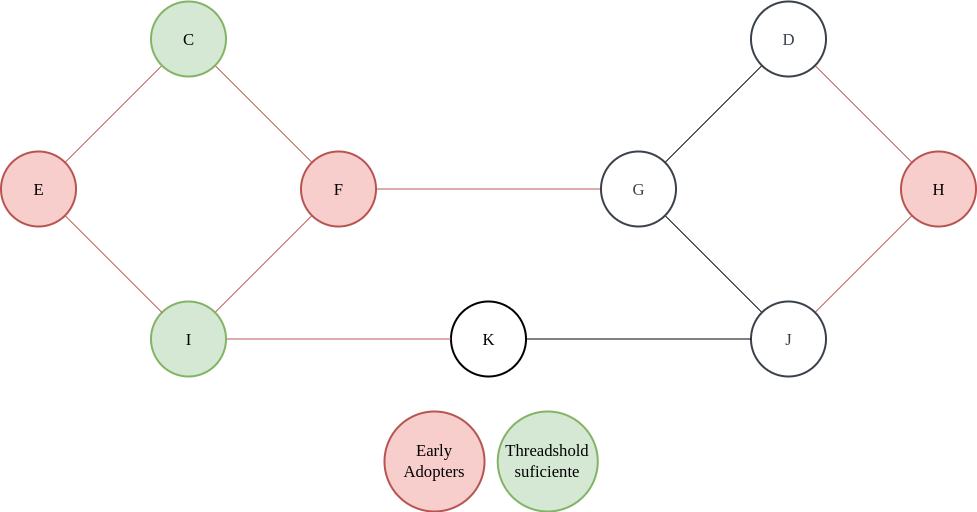
amveiga/75.30-teoria_de_algoritmos_ii keeps this draw.io diagram as parcialito_3/media/3-b3.png. Above is the earlier version. Source tidied: cells renumbered, new cells last; positions are measured from the earlier drawing's top-left corner, leaving out a move shared by most shapes. The source it was exported from:
```xml
<mxGraphModel>
  <root>
    <mxCell id="0" />
    <mxCell id="1" parent="0" />
    <mxCell id="2" style="edgeStyle=none;rounded=0;jettySize=auto;html=1;exitX=0;exitY=0;exitDx=0;exitDy=0;entryX=1;entryY=1;entryDx=0;entryDy=0;startArrow=none;startFill=0;endArrow=none;endFill=0;fillColor=#f8cecc;strokeColor=#b85450;" parent="1" edge="1" source="3" target="21">
      <mxGeometry relative="1" as="geometry" />
    </mxCell>
    <mxCell id="3" value="F" style="html=1;overflow=block;blockSpacing=1;whiteSpace=wrap;ellipse;fontSize=16.7;fontFamily=Droid Serif;spacing=3.8;strokeColor=#b85450;strokeOpacity=100;rounded=1;absoluteArcSize=1;arcSize=9;strokeWidth=2;fillColor=#f8cecc;" parent="1" vertex="1">
      <mxGeometry x="300.5" y="150" width="75" height="75" as="geometry" />
    </mxCell>
    <mxCell id="4" style="rounded=0;jettySize=auto;html=1;exitX=1;exitY=0;exitDx=0;exitDy=0;entryX=0;entryY=1;entryDx=0;entryDy=0;startArrow=none;startFill=0;endArrow=none;endFill=0;" parent="1" edge="1" source="7" target="9">
      <mxGeometry relative="1" as="geometry" />
    </mxCell>
    <mxCell id="5" style="edgeStyle=none;rounded=0;jettySize=auto;html=1;exitX=1;exitY=1;exitDx=0;exitDy=0;startArrow=none;startFill=0;endArrow=none;endFill=0;" parent="1" edge="1" source="7" target="12">
      <mxGeometry relative="1" as="geometry" />
    </mxCell>
    <mxCell id="6" style="edgeStyle=orthogonalEdgeStyle;rounded=0;jettySize=auto;html=1;exitX=0;exitY=0.5;exitDx=0;exitDy=0;entryX=1;entryY=0.5;entryDx=0;entryDy=0;strokeColor=#b85450;endArrow=none;endFill=0;fillColor=#f8cecc;" parent="1" edge="1" source="7" target="3">
      <mxGeometry relative="1" as="geometry" />
    </mxCell>
    <mxCell id="7" value="G" style="html=1;overflow=block;blockSpacing=1;whiteSpace=wrap;ellipse;fontSize=16.7;fontFamily=Droid Serif;fontColor=#3a414a;spacing=3.8;strokeColor=#3a414a;strokeOpacity=100;rounded=1;absoluteArcSize=1;arcSize=9;strokeWidth=2;" parent="1" vertex="1">
      <mxGeometry x="600.5" y="150" width="75" height="75" as="geometry" />
    </mxCell>
    <mxCell id="8" style="edgeStyle=none;rounded=0;jettySize=auto;html=1;exitX=1;exitY=1;exitDx=0;exitDy=0;entryX=0;entryY=0;entryDx=0;entryDy=0;endArrow=none;endFill=0;fillColor=#f8cecc;strokeColor=#b85450;" parent="1" edge="1" source="9" target="11">
      <mxGeometry relative="1" as="geometry" />
    </mxCell>
    <mxCell id="9" value="D" style="html=1;overflow=block;blockSpacing=1;whiteSpace=wrap;ellipse;fontSize=16.7;fontFamily=Droid Serif;fontColor=#3a414a;spacing=3.8;strokeColor=#3a414a;strokeOpacity=100;rounded=1;absoluteArcSize=1;arcSize=9;strokeWidth=2;" parent="1" vertex="1">
      <mxGeometry x="750.5" width="75" height="75" as="geometry" />
    </mxCell>
    <mxCell id="10" style="edgeStyle=none;rounded=0;jettySize=auto;html=1;exitX=0;exitY=1;exitDx=0;exitDy=0;entryX=1;entryY=0;entryDx=0;entryDy=0;startArrow=none;startFill=0;endArrow=none;endFill=0;fillColor=#f8cecc;strokeColor=#b85450;" parent="1" edge="1" source="11" target="12">
      <mxGeometry relative="1" as="geometry" />
    </mxCell>
    <mxCell id="11" value="H" style="html=1;overflow=block;blockSpacing=1;whiteSpace=wrap;ellipse;fontSize=16.7;fontFamily=Droid Serif;spacing=3.8;strokeColor=#b85450;strokeOpacity=100;rounded=1;absoluteArcSize=1;arcSize=9;strokeWidth=2;fillColor=#f8cecc;" parent="1" vertex="1">
      <mxGeometry x="900.5" y="150" width="75" height="75" as="geometry" />
    </mxCell>
    <mxCell id="12" value="J" style="html=1;overflow=block;blockSpacing=1;whiteSpace=wrap;ellipse;fontSize=16.7;fontFamily=Droid Serif;fontColor=#3a414a;spacing=3.8;strokeColor=#3a414a;strokeOpacity=100;rounded=1;absoluteArcSize=1;arcSize=9;strokeWidth=2;" parent="1" vertex="1">
      <mxGeometry x="750.5" y="300" width="75" height="75" as="geometry" />
    </mxCell>
    <mxCell id="13" style="edgeStyle=none;rounded=0;jettySize=auto;html=1;exitX=1;exitY=0.5;exitDx=0;exitDy=0;entryX=0;entryY=0.5;entryDx=0;entryDy=0;startArrow=none;startFill=0;endArrow=none;endFill=0;" parent="1" edge="1" source="14" target="12">
      <mxGeometry relative="1" as="geometry" />
    </mxCell>
    <mxCell id="14" value="K" style="html=1;overflow=block;blockSpacing=1;whiteSpace=wrap;ellipse;fontSize=16.7;fontFamily=Droid Serif;spacing=3.8;strokeOpacity=100;rounded=1;absoluteArcSize=1;arcSize=9;strokeWidth=2;" parent="1" vertex="1">
      <mxGeometry x="450.5" y="300" width="75" height="75" as="geometry" />
    </mxCell>
    <mxCell id="15" style="edgeStyle=none;rounded=0;jettySize=auto;html=1;exitX=1;exitY=0;exitDx=0;exitDy=0;startArrow=none;startFill=0;endArrow=none;endFill=0;fillColor=#f8cecc;strokeColor=#b85450;" parent="1" edge="1" source="17" target="3">
      <mxGeometry relative="1" as="geometry" />
    </mxCell>
    <mxCell id="16" style="edgeStyle=none;rounded=0;jettySize=auto;html=1;exitX=1;exitY=0.5;exitDx=0;exitDy=0;entryX=0;entryY=0.5;entryDx=0;entryDy=0;startArrow=none;startFill=0;endArrow=none;endFill=0;fillColor=#f8cecc;strokeColor=#b85450;" parent="1" edge="1" source="17" target="14">
      <mxGeometry relative="1" as="geometry" />
    </mxCell>
    <mxCell id="17" value="I" style="html=1;overflow=block;blockSpacing=1;whiteSpace=wrap;ellipse;fontSize=16.7;fontFamily=Droid Serif;spacing=3.8;strokeColor=#82b366;strokeOpacity=100;rounded=1;absoluteArcSize=1;arcSize=9;strokeWidth=2;fillColor=#d5e8d4;" parent="1" vertex="1">
      <mxGeometry x="150.5" y="300" width="75" height="75" as="geometry" />
    </mxCell>
    <mxCell id="18" style="edgeStyle=none;rounded=0;jettySize=auto;html=1;exitX=1;exitY=1;exitDx=0;exitDy=0;startArrow=none;startFill=0;endArrow=none;endFill=0;fillColor=#f8cecc;strokeColor=#b85450;" parent="1" edge="1" source="19" target="17">
      <mxGeometry relative="1" as="geometry" />
    </mxCell>
    <mxCell id="19" value="E" style="html=1;overflow=block;blockSpacing=1;whiteSpace=wrap;ellipse;fontSize=16.7;fontFamily=Droid Serif;spacing=3.8;strokeColor=#b85450;strokeOpacity=100;rounded=1;absoluteArcSize=1;arcSize=9;strokeWidth=2;fillColor=#f8cecc;" parent="1" vertex="1">
      <mxGeometry x="0.5" y="150" width="75" height="75" as="geometry" />
    </mxCell>
    <mxCell id="20" style="edgeStyle=none;rounded=0;jettySize=auto;html=1;exitX=0;exitY=1;exitDx=0;exitDy=0;startArrow=none;startFill=0;endArrow=none;endFill=0;fillColor=#f8cecc;strokeColor=#b85450;" parent="1" edge="1" source="21" target="19">
      <mxGeometry relative="1" as="geometry" />
    </mxCell>
    <mxCell id="21" value="C" style="html=1;overflow=block;blockSpacing=1;whiteSpace=wrap;ellipse;fontSize=16.7;fontFamily=Droid Serif;spacing=3.8;strokeColor=#82b366;strokeOpacity=100;rounded=1;absoluteArcSize=1;arcSize=9;strokeWidth=2;fillColor=#d5e8d4;" parent="1" vertex="1">
      <mxGeometry x="150.5" width="75" height="75" as="geometry" />
    </mxCell>
    <mxCell id="22" value="Early Adopters" style="html=1;overflow=block;blockSpacing=1;whiteSpace=wrap;ellipse;fontSize=16.7;fontFamily=Droid Serif;spacing=3.8;strokeColor=#b85450;strokeOpacity=100;rounded=1;absoluteArcSize=1;arcSize=9;strokeWidth=2;fillColor=#f8cecc;" parent="1" vertex="1">
      <mxGeometry x="384" y="410" width="100" height="100" as="geometry" />
    </mxCell>
    <mxCell id="23" value="&lt;div style=&quot;&quot;&gt;&lt;span style=&quot;background-color: initial;&quot;&gt;Threadshold suficiente&lt;/span&gt;&lt;/div&gt;" style="html=1;overflow=block;blockSpacing=1;whiteSpace=wrap;ellipse;fontSize=16.7;fontFamily=Droid Serif;spacing=3.8;strokeColor=#82b366;strokeOpacity=100;rounded=1;absoluteArcSize=1;arcSize=9;strokeWidth=2;fillColor=#d5e8d4;align=center;" parent="1" vertex="1">
      <mxGeometry x="497.2" y="410" width="100" height="100" as="geometry" />
    </mxCell>
  </root>
</mxGraphModel>
```
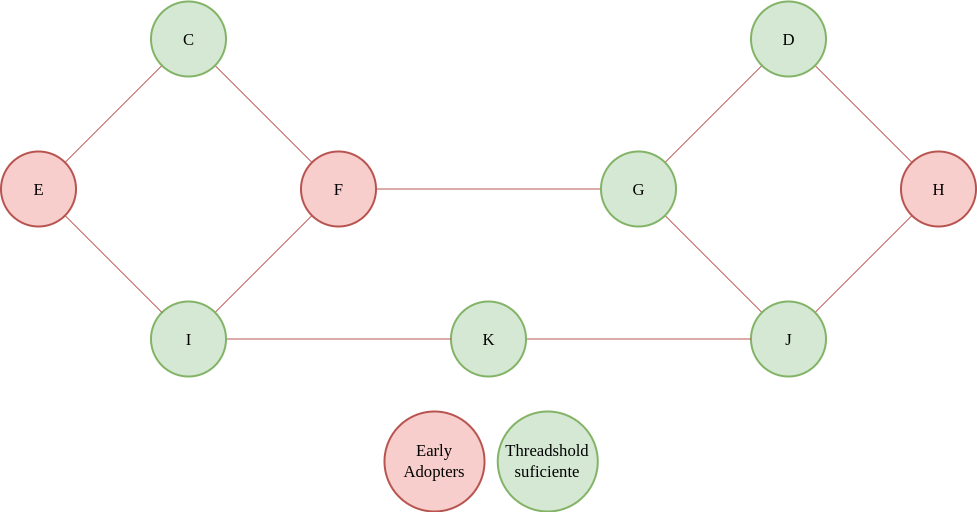
The same file after the commit.

Diff of the diagram source:
```diff
@@ -8,37 +8,37 @@
     <mxCell id="3" value="F" style="html=1;overflow=block;blockSpacing=1;whiteSpace=wrap;ellipse;fontSize=16.7;fontFamily=Droid Serif;spacing=3.8;strokeColor=#b85450;strokeOpacity=100;rounded=1;absoluteArcSize=1;arcSize=9;strokeWidth=2;fillColor=#f8cecc;" parent="1" vertex="1">
       <mxGeometry x="300.5" y="150" width="75" height="75" as="geometry" />
     </mxCell>
-    <mxCell id="4" style="rounded=0;jettySize=auto;html=1;exitX=1;exitY=0;exitDx=0;exitDy=0;entryX=0;entryY=1;entryDx=0;entryDy=0;startArrow=none;startFill=0;endArrow=none;endFill=0;" parent="1" edge="1" source="7" target="9">
+    <mxCell id="4" style="rounded=0;jettySize=auto;html=1;exitX=1;exitY=0;exitDx=0;exitDy=0;entryX=0;entryY=1;entryDx=0;entryDy=0;startArrow=none;startFill=0;endArrow=none;endFill=0;fillColor=#f8cecc;strokeColor=#b85450;" parent="1" edge="1" source="7" target="9">
       <mxGeometry relative="1" as="geometry" />
     </mxCell>
-    <mxCell id="5" style="edgeStyle=none;rounded=0;jettySize=auto;html=1;exitX=1;exitY=1;exitDx=0;exitDy=0;startArrow=none;startFill=0;endArrow=none;endFill=0;" parent="1" edge="1" source="7" target="12">
+    <mxCell id="5" style="edgeStyle=none;rounded=0;jettySize=auto;html=1;exitX=1;exitY=1;exitDx=0;exitDy=0;startArrow=none;startFill=0;endArrow=none;endFill=0;fillColor=#f8cecc;strokeColor=#b85450;" parent="1" edge="1" source="7" target="12">
       <mxGeometry relative="1" as="geometry" />
     </mxCell>
-    <mxCell id="6" style="edgeStyle=orthogonalEdgeStyle;rounded=0;jettySize=auto;html=1;exitX=0;exitY=0.5;exitDx=0;exitDy=0;entryX=1;entryY=0.5;entryDx=0;entryDy=0;strokeColor=#b85450;endArrow=none;endFill=0;fillColor=#f8cecc;" parent="1" edge="1" source="7" target="3">
+    <mxCell id="6" style="edgeStyle=orthogonalEdgeStyle;rounded=0;jettySize=auto;html=1;exitX=0;exitY=0.5;exitDx=0;exitDy=0;entryX=1;entryY=0.5;entryDx=0;entryDy=0;endArrow=none;endFill=0;fillColor=#f8cecc;strokeColor=#b85450;" parent="1" edge="1" source="7" target="3">
       <mxGeometry relative="1" as="geometry" />
     </mxCell>
-    <mxCell id="7" value="G" style="html=1;overflow=block;blockSpacing=1;whiteSpace=wrap;ellipse;fontSize=16.7;fontFamily=Droid Serif;fontColor=#3a414a;spacing=3.8;strokeColor=#3a414a;strokeOpacity=100;rounded=1;absoluteArcSize=1;arcSize=9;strokeWidth=2;" parent="1" vertex="1">
+    <mxCell id="7" value="G" style="html=1;overflow=block;blockSpacing=1;whiteSpace=wrap;ellipse;fontSize=16.7;fontFamily=Droid Serif;spacing=3.8;strokeOpacity=100;rounded=1;absoluteArcSize=1;arcSize=9;strokeWidth=2;fillColor=#d5e8d4;strokeColor=#82b366;" parent="1" vertex="1">
       <mxGeometry x="600.5" y="150" width="75" height="75" as="geometry" />
     </mxCell>
     <mxCell id="8" style="edgeStyle=none;rounded=0;jettySize=auto;html=1;exitX=1;exitY=1;exitDx=0;exitDy=0;entryX=0;entryY=0;entryDx=0;entryDy=0;endArrow=none;endFill=0;fillColor=#f8cecc;strokeColor=#b85450;" parent="1" edge="1" source="9" target="11">
       <mxGeometry relative="1" as="geometry" />
     </mxCell>
-    <mxCell id="9" value="D" style="html=1;overflow=block;blockSpacing=1;whiteSpace=wrap;ellipse;fontSize=16.7;fontFamily=Droid Serif;fontColor=#3a414a;spacing=3.8;strokeColor=#3a414a;strokeOpacity=100;rounded=1;absoluteArcSize=1;arcSize=9;strokeWidth=2;" parent="1" vertex="1">
+    <mxCell id="9" value="D" style="html=1;overflow=block;blockSpacing=1;whiteSpace=wrap;ellipse;fontSize=16.7;fontFamily=Droid Serif;spacing=3.8;strokeOpacity=100;rounded=1;absoluteArcSize=1;arcSize=9;strokeWidth=2;fillColor=#d5e8d4;strokeColor=#82b366;" parent="1" vertex="1">
       <mxGeometry x="750.5" width="75" height="75" as="geometry" />
     </mxCell>
     <mxCell id="10" style="edgeStyle=none;rounded=0;jettySize=auto;html=1;exitX=0;exitY=1;exitDx=0;exitDy=0;entryX=1;entryY=0;entryDx=0;entryDy=0;startArrow=none;startFill=0;endArrow=none;endFill=0;fillColor=#f8cecc;strokeColor=#b85450;" parent="1" edge="1" source="11" target="12">
       <mxGeometry relative="1" as="geometry" />
     </mxCell>
-    <mxCell id="11" value="H" style="html=1;overflow=block;blockSpacing=1;whiteSpace=wrap;ellipse;fontSize=16.7;fontFamily=Droid Serif;spacing=3.8;strokeColor=#b85450;strokeOpacity=100;rounded=1;absoluteArcSize=1;arcSize=9;strokeWidth=2;fillColor=#f8cecc;" parent="1" vertex="1">
+    <mxCell id="11" value="H" style="html=1;overflow=block;blockSpacing=1;whiteSpace=wrap;ellipse;fontSize=16.7;fontFamily=Droid Serif;spacing=3.8;strokeOpacity=100;rounded=1;absoluteArcSize=1;arcSize=9;strokeWidth=2;fillColor=#f8cecc;strokeColor=#b85450;" parent="1" vertex="1">
       <mxGeometry x="900.5" y="150" width="75" height="75" as="geometry" />
     </mxCell>
-    <mxCell id="12" value="J" style="html=1;overflow=block;blockSpacing=1;whiteSpace=wrap;ellipse;fontSize=16.7;fontFamily=Droid Serif;fontColor=#3a414a;spacing=3.8;strokeColor=#3a414a;strokeOpacity=100;rounded=1;absoluteArcSize=1;arcSize=9;strokeWidth=2;" parent="1" vertex="1">
+    <mxCell id="12" value="J" style="html=1;overflow=block;blockSpacing=1;whiteSpace=wrap;ellipse;fontSize=16.7;fontFamily=Droid Serif;spacing=3.8;strokeOpacity=100;rounded=1;absoluteArcSize=1;arcSize=9;strokeWidth=2;fillColor=#d5e8d4;strokeColor=#82b366;" parent="1" vertex="1">
       <mxGeometry x="750.5" y="300" width="75" height="75" as="geometry" />
     </mxCell>
-    <mxCell id="13" style="edgeStyle=none;rounded=0;jettySize=auto;html=1;exitX=1;exitY=0.5;exitDx=0;exitDy=0;entryX=0;entryY=0.5;entryDx=0;entryDy=0;startArrow=none;startFill=0;endArrow=none;endFill=0;" parent="1" edge="1" source="14" target="12">
+    <mxCell id="13" style="edgeStyle=none;rounded=0;jettySize=auto;html=1;exitX=1;exitY=0.5;exitDx=0;exitDy=0;entryX=0;entryY=0.5;entryDx=0;entryDy=0;startArrow=none;startFill=0;endArrow=none;endFill=0;fillColor=#f8cecc;strokeColor=#b85450;" parent="1" edge="1" source="14" target="12">
       <mxGeometry relative="1" as="geometry" />
     </mxCell>
-    <mxCell id="14" value="K" style="html=1;overflow=block;blockSpacing=1;whiteSpace=wrap;ellipse;fontSize=16.7;fontFamily=Droid Serif;spacing=3.8;strokeOpacity=100;rounded=1;absoluteArcSize=1;arcSize=9;strokeWidth=2;" parent="1" vertex="1">
+    <mxCell id="14" value="K" style="html=1;overflow=block;blockSpacing=1;whiteSpace=wrap;ellipse;fontSize=16.7;fontFamily=Droid Serif;spacing=3.8;strokeOpacity=100;rounded=1;absoluteArcSize=1;arcSize=9;strokeWidth=2;fillColor=#d5e8d4;strokeColor=#82b366;" parent="1" vertex="1">
       <mxGeometry x="450.5" y="300" width="75" height="75" as="geometry" />
     </mxCell>
     <mxCell id="15" style="edgeStyle=none;rounded=0;jettySize=auto;html=1;exitX=1;exitY=0;exitDx=0;exitDy=0;startArrow=none;startFill=0;endArrow=none;endFill=0;fillColor=#f8cecc;strokeColor=#b85450;" parent="1" edge="1" source="17" target="3">
```
